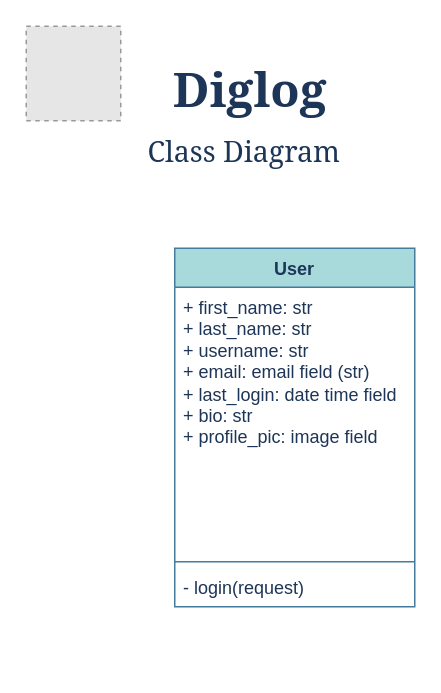
mmd-punisher/Diglog keeps this draw.io diagram as Diglog-Intro/class.drawio. Above is the earlier version. Source tidied: cells renumbered, new cells numbered last; positions are measured from the earlier drawing's top-left corner, leaving out a move shared by most shapes. Both pictures are drawn from the tidied source at 150%, with x=0, y=0 at pixel (26, 26). Pictures stored in the file or linked from it are replaced by grey dashed boxes.
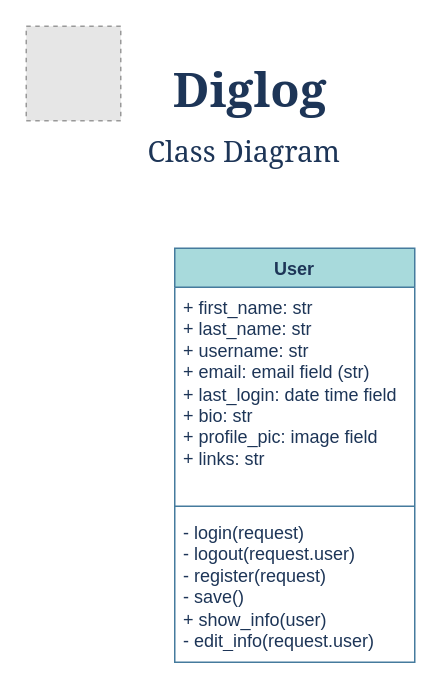
The same diagram, later.

What changed in the source:
```diff
@@
 <mxGraphModel>
   <root>
     <mxCell id="0" />
     <mxCell id="1" parent="0" />
     <mxCell id="2" style="fillColor=#E6E6E6;strokeColor=#999999;dashed=1;verticalLabelPosition=bottom;labelBackgroundColor=none;verticalAlign=top;fontColor=#1D3557;" parent="1" vertex="1">
       <mxGeometry width="63" height="63" as="geometry" />
     </mxCell>
     <mxCell id="3" value="&lt;h1&gt;&lt;font style=&quot;font-size: 32px;&quot; face=&quot;Georgia&quot;&gt;Diglog&lt;/font&gt;&lt;/h1&gt;" style="text;html=1;align=center;verticalAlign=middle;strokeColor=none;fillColor=none;labelBackgroundColor=none;fontColor=#1D3557;strokeWidth=3;" parent="1" vertex="1">
       <mxGeometry x="87" width="124" height="83" as="geometry" />
     </mxCell>
     <mxCell id="4" value="&lt;h2&gt;&lt;font style=&quot;font-size: 19px; font-weight: normal;&quot; face=&quot;Georgia&quot;&gt;Class Diagram&lt;/font&gt;&lt;/h2&gt;" style="text;html=1;align=center;verticalAlign=middle;strokeColor=none;fillColor=none;labelBackgroundColor=none;fontColor=#1D3557;strokeWidth=3;" parent="1" vertex="1">
       <mxGeometry x="75" y="51" width="139" height="65" as="geometry" />
     </mxCell>
     <mxCell id="5" value="User" style="swimlane;fontStyle=1;align=center;verticalAlign=top;horizontal=1;startSize=26;whiteSpace=wrap;html=1;labelBackgroundColor=none;fillColor=#A8DADC;strokeColor=#457B9D;fontColor=#1D3557;" parent="1" vertex="1">
-      <mxGeometry x="99" y="148" width="160" height="239" as="geometry" />
+      <mxGeometry x="99" y="148" width="160" height="276" as="geometry" />
     </mxCell>
-    <mxCell id="6" value="+ first_name: str&lt;div&gt;+ last_name: str&lt;/div&gt;&lt;div&gt;+ username: str&lt;/div&gt;&lt;div&gt;+ email: email field (str)&lt;/div&gt;&lt;div&gt;+ last_login: date time field&lt;/div&gt;&lt;div&gt;+ bio: str&lt;/div&gt;&lt;div&gt;+ profile_pic: image field&lt;/div&gt;" style="text;strokeColor=none;fillColor=none;align=left;verticalAlign=top;spacingLeft=4;spacingRight=4;overflow=hidden;whiteSpace=wrap;html=1;labelBackgroundColor=none;fontColor=#1D3557;" parent="5" vertex="1">
-      <mxGeometry y="26" width="160" height="179" as="geometry" />
+    <mxCell id="6" value="+ first_name: str&lt;div&gt;+ last_name: str&lt;/div&gt;&lt;div&gt;+ username: str&lt;/div&gt;&lt;div&gt;+ email: email field (str)&lt;/div&gt;&lt;div&gt;+ last_login: date time field&lt;/div&gt;&lt;div&gt;+ bio: str&lt;/div&gt;&lt;div&gt;+ profile_pic: image field&lt;/div&gt;&lt;div&gt;+ links: str&lt;/div&gt;" style="text;strokeColor=none;fillColor=none;align=left;verticalAlign=top;spacingLeft=4;spacingRight=4;overflow=hidden;whiteSpace=wrap;html=1;labelBackgroundColor=none;fontColor=#1D3557;" parent="5" vertex="1">
+      <mxGeometry y="26" width="160" height="142" as="geometry" />
     </mxCell>
     <mxCell id="7" style="line;strokeWidth=1;fillColor=none;align=left;verticalAlign=middle;spacingTop=-1;spacingLeft=3;spacingRight=3;labelPosition=right;strokeColor=#457B9D;labelBackgroundColor=none;fontColor=#1D3557;" parent="5" vertex="1">
-      <mxGeometry y="205" width="160" height="8" as="geometry" />
+      <mxGeometry y="168" width="160" height="8" as="geometry" />
     </mxCell>
-    <mxCell id="8" value="- login(request)" style="text;strokeColor=none;fillColor=none;align=left;verticalAlign=top;spacingLeft=4;spacingRight=4;overflow=hidden;whiteSpace=wrap;html=1;labelBackgroundColor=none;fontColor=#1D3557;" parent="5" vertex="1">
-      <mxGeometry y="213" width="160" height="26" as="geometry" />
+    <mxCell id="8" value="- login(request)&lt;div&gt;- logout(request.user)&lt;/div&gt;&lt;div&gt;- register(request)&lt;/div&gt;&lt;div&gt;- save()&lt;/div&gt;&lt;div&gt;+ show_info(user)&lt;/div&gt;&lt;div&gt;- edit_info(request.user)&lt;/div&gt;" style="text;strokeColor=none;fillColor=none;align=left;verticalAlign=top;spacingLeft=4;spacingRight=4;overflow=hidden;whiteSpace=wrap;html=1;labelBackgroundColor=none;fontColor=#1D3557;" parent="5" vertex="1">
+      <mxGeometry y="176" width="160" height="100" as="geometry" />
     </mxCell>
   </root>
 </mxGraphModel>
```
